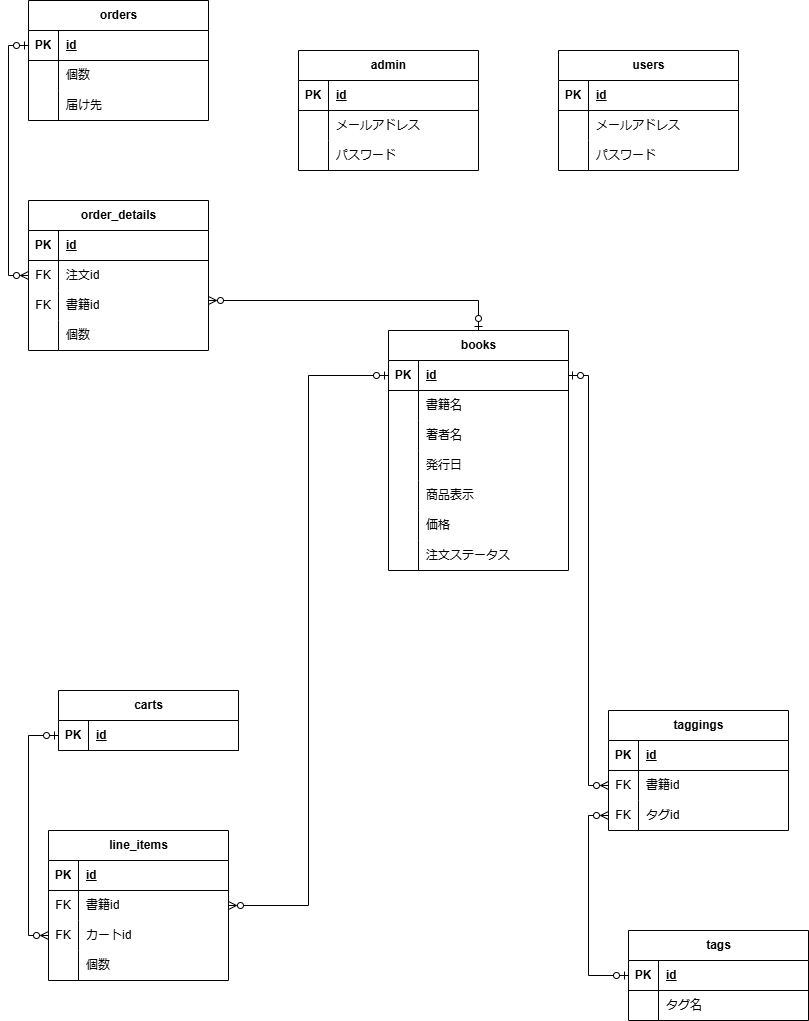
Earlier version of the draw.io export first_part/images/RoR_ECサイト_問題/ER図.png (libertyfish-co/OCA2023). Source tidied: cells renumbered, new cells last; positions are measured from the earlier drawing's top-left corner, leaving out a move shared by most shapes.
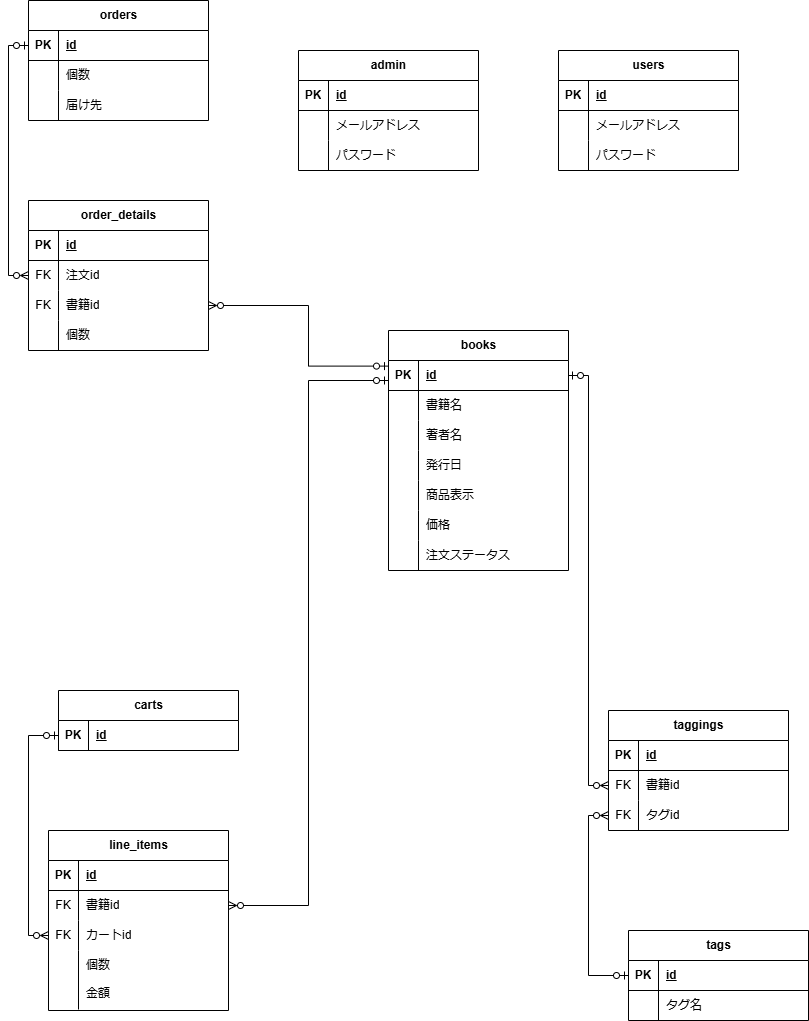
Later version of the same file.

Change to the diagram source:
```diff
@@ -137,8 +137,8 @@
     <mxCell id="46" value="id" style="shape=partialRectangle;fillColor=none;top=0;left=0;bottom=0;right=0;align=left;spacingLeft=6;fontStyle=5;overflow=hidden;whiteSpace=wrap;html=1;" parent="44" vertex="1">
       <mxGeometry x="30" width="150" height="30" as="geometry" />
     </mxCell>
-    <mxCell id="47" value="line_items" style="shape=table;startSize=30;rowLines=0;fontStyle=1;align=center;html=1;" parent="1" vertex="1">
-      <mxGeometry x="20" y="830" width="180" height="150" as="geometry" />
+    <mxCell id="47" value="line_items" style="shape=table;startSize=30;rowLines=0;fontStyle=1;align=center;html=1;strokeWidth=1;" parent="1" vertex="1">
+      <mxGeometry x="20" y="830" width="180" height="180" as="geometry" />
     </mxCell>
     <mxCell id="48" style="shape=tableRow;horizontal=0;startSize=0;swimlaneHead=0;swimlaneBody=0;fillColor=none;top=0;left=0;right=0;bottom=1;" parent="47" vertex="1">
       <mxGeometry y="30" width="180" height="30" as="geometry" />
@@ -176,20 +176,17 @@
     <mxCell id="59" value="個数" style="shape=partialRectangle;fillColor=none;top=0;left=0;bottom=0;right=0;align=left;spacingLeft=6;overflow=hidden;whiteSpace=wrap;html=1;" parent="57" vertex="1">
       <mxGeometry x="30" width="150" height="30" as="geometry" />
     </mxCell>
-    <mxCell id="60" style="edgeStyle=orthogonalEdgeStyle;rounded=0;jettySize=auto;html=1;entryX=1;entryY=0.5;entryDx=0;entryDy=0;endArrow=ERzeroToMany;endFill=0;startArrow=ERzeroToOne;startFill=0;" parent="1" edge="1" source="3" target="47">
-      <mxGeometry relative="1" as="geometry" />
+    <mxCell id="60" style="edgeStyle=orthogonalEdgeStyle;rounded=0;jettySize=auto;html=1;entryX=1;entryY=0.5;entryDx=0;entryDy=0;endArrow=ERzeroToMany;endFill=0;startArrow=ERzeroToOne;startFill=0;" parent="1" edge="1" source="3" target="51">
+      <mxGeometry relative="1" as="geometry">
+        <Array as="points">
+          <mxPoint x="280" y="380" />
+          <mxPoint x="280" y="905" />
+        </Array>
+      </mxGeometry>
     </mxCell>
     <mxCell id="61" style="edgeStyle=orthogonalEdgeStyle;rounded=0;jettySize=auto;html=1;exitX=0;exitY=0.5;exitDx=0;exitDy=0;endArrow=ERzeroToOne;endFill=0;startArrow=ERzeroToMany;startFill=0;" parent="1" edge="1" source="54" target="44">
       <mxGeometry relative="1" as="geometry" />
     </mxCell>
-    <mxCell id="62" style="edgeStyle=orthogonalEdgeStyle;rounded=0;jettySize=auto;html=1;endArrow=ERzeroToOne;endFill=0;startArrow=ERzeroToMany;startFill=0;exitX=1;exitY=0.333;exitDx=0;exitDy=0;exitPerimeter=0;" parent="1" edge="1" source="70">
-      <mxGeometry relative="1" as="geometry">
-        <mxPoint x="450" y="330" as="targetPoint" />
-        <Array as="points">
-          <mxPoint x="450" y="300" />
-        </Array>
-      </mxGeometry>
-    </mxCell>
     <mxCell id="63" value="order_details" style="shape=table;startSize=30;rowLines=0;fontStyle=1;align=center;html=1;" parent="1" vertex="1">
       <mxGeometry y="200" width="180" height="150" as="geometry" />
     </mxCell>
@@ -322,5 +319,25 @@
     <mxCell id="106" value="パスワード" style="shape=partialRectangle;fillColor=none;top=0;left=0;bottom=0;right=0;align=left;spacingLeft=6;overflow=hidden;whiteSpace=wrap;html=1;" parent="104" vertex="1">
       <mxGeometry x="30" width="150" height="30" as="geometry" />
     </mxCell>
+    <mxCell id="107" value="金額" style="shape=partialRectangle;fillColor=none;top=0;left=0;bottom=0;right=0;align=left;spacingLeft=6;overflow=hidden;whiteSpace=wrap;html=1;strokeColor=light-dark(#000000,#FFFFFF);" parent="1" vertex="1">
+      <mxGeometry x="50" y="978" width="150" height="30" as="geometry" />
+    </mxCell>
+    <mxCell id="108" style="shape=tableRow;horizontal=0;startSize=0;swimlaneHead=0;swimlaneBody=0;fillColor=none;top=0;left=0;right=0;bottom=0;" parent="1" vertex="1">
+      <mxGeometry x="20" y="979" width="180" height="30" as="geometry" />
+    </mxCell>
+    <mxCell id="109" style="shape=partialRectangle;fillColor=none;top=0;left=0;bottom=0;right=0;overflow=hidden;whiteSpace=wrap;html=1;strokeColor=light-dark(#000000,#FFFFFF);" parent="108" vertex="1">
+      <mxGeometry width="30" height="30" as="geometry" />
+    </mxCell>
+    <mxCell id="110" style="line;strokeWidth=1;direction=south;html=1;perimeter=backbonePerimeter;" parent="1" vertex="1">
+      <mxGeometry x="45" y="979" width="10" height="30" as="geometry" />
+    </mxCell>
+    <mxCell id="111" style="edgeStyle=orthogonalEdgeStyle;rounded=0;jettySize=auto;html=1;entryX=1;entryY=0.5;entryDx=0;entryDy=0;startArrow=ERzeroToOne;startFill=0;endArrow=ERzeroToMany;endFill=0;exitX=0;exitY=0.187;exitDx=0;exitDy=0;exitPerimeter=0;" parent="1" edge="1" source="3" target="70">
+      <mxGeometry relative="1" as="geometry">
+        <Array as="points">
+          <mxPoint x="280" y="366" />
+          <mxPoint x="280" y="305" />
+        </Array>
+      </mxGeometry>
+    </mxCell>
   </root>
 </mxGraphModel>
```
